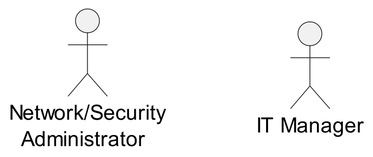
This is diagrams/actors.png from Amira-BOUAFIF/pfe-nids-report, a PlantUML export, as it was before one commit.
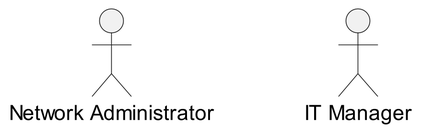
The same file after the commit.

Change to the diagram source:
```diff
@@ -1,8 +1,9 @@
-@startuml Actors
+@startuml actors
 skinparam dpi 300
 left to right direction
 
-actor "Network/Security\n  Administrator" as Admin
+
+actor "Network Administrator" as Admin
 actor "IT Manager" as ITM
 
 Admin -[hidden]-> ITM
```
